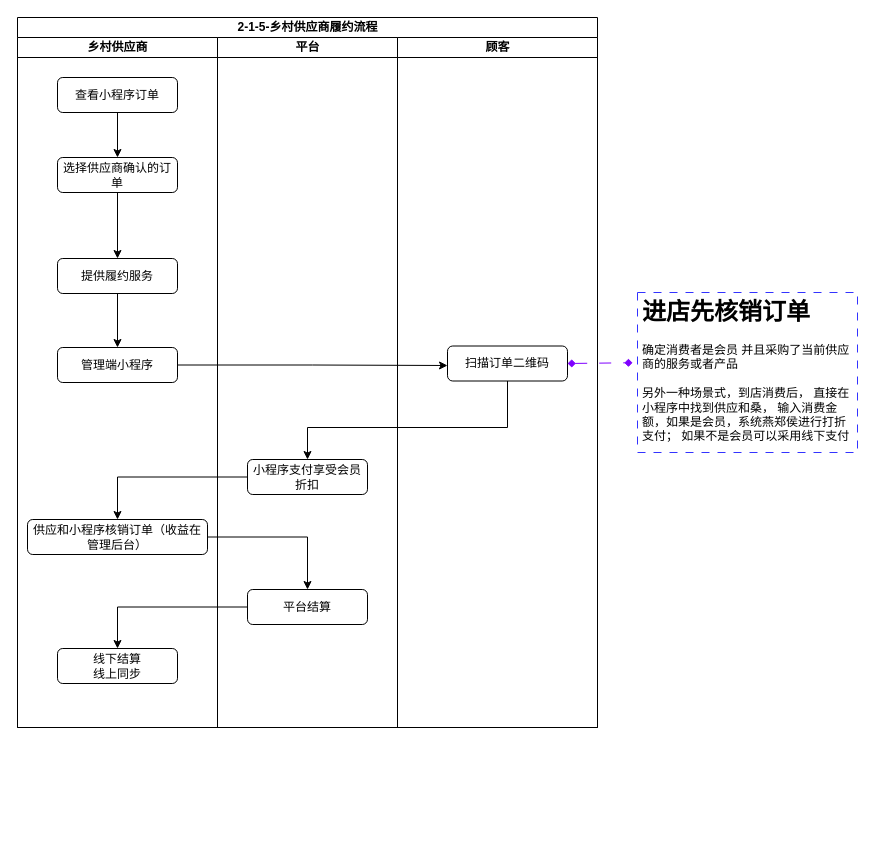
Above: page "2-1-5-供应商履约流程" (5 of 7) of Graph/2-1-乡村供应商流程.drawio in ManGuo/HealthFarm (draw.io), before the change. Source tidied: cells renumbered, new cells numbered last; positions are measured from the earlier drawing's top-left corner, leaving out a move shared by most shapes. Both pictures are drawn from the tidied source at 100%, with x=0, y=0 at pixel (17, 17).
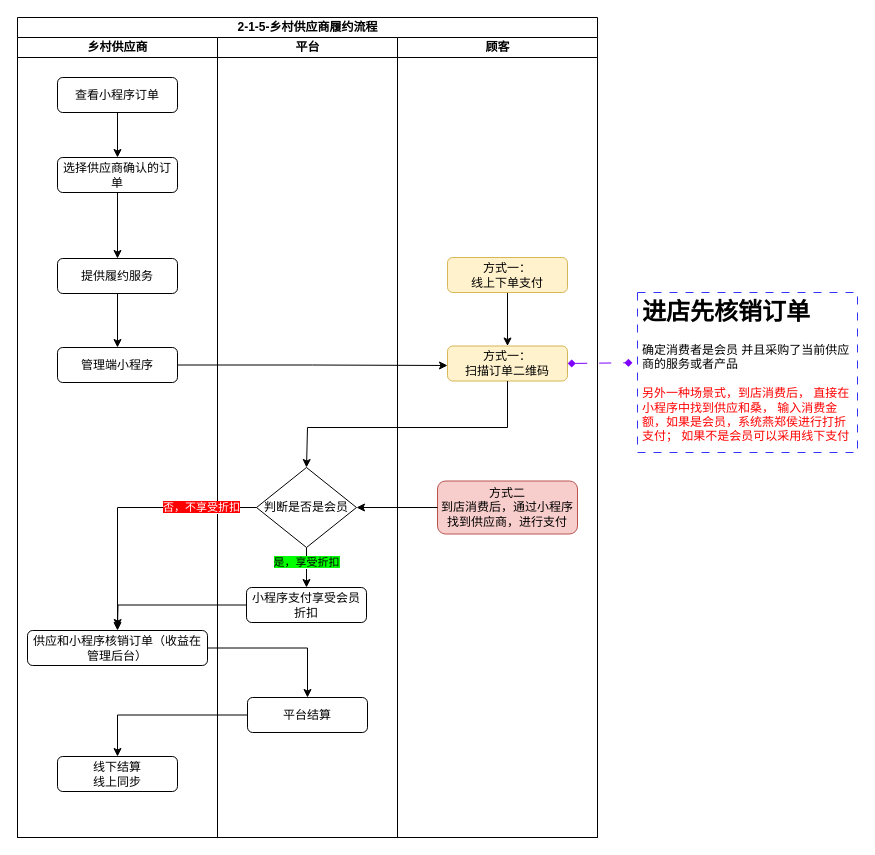
The same page after the edit.

Change to the diagram source:
```diff
@@
     <mxCell id="2" value="2-1-5-乡村供应商履约流程" style="swimlane;startSize=20;html=1;" parent="1" vertex="1">
-      <mxGeometry width="580" height="710" as="geometry" />
+      <mxGeometry width="580" height="820" as="geometry" />
     </mxCell>
     <mxCell id="3" value="乡村供应商" style="swimlane;startSize=20;html=1;" parent="2" vertex="1">
-      <mxGeometry y="20" width="200" height="690" as="geometry" />
+      <mxGeometry y="20" width="200" height="800" as="geometry" />
     </mxCell>
@@
     <mxCell id="6" value="供应和小程序核销订单（收益在管理后台）" style="rounded=1;whiteSpace=wrap;html=1;" parent="3" vertex="1">
-      <mxGeometry x="10" y="482" width="180" height="35" as="geometry" />
+      <mxGeometry x="10" y="593" width="180" height="35" as="geometry" />
     </mxCell>
     <mxCell id="7" value="线下结算&lt;br&gt;线上同步" style="rounded=1;whiteSpace=wrap;html=1;" parent="3" vertex="1">
-      <mxGeometry x="40" y="611" width="120" height="35" as="geometry" />
+      <mxGeometry x="40" y="719" width="120" height="35" as="geometry" />
     </mxCell>
@@
     <mxCell id="13" value="平台" style="swimlane;startSize=20;html=1;" parent="2" vertex="1">
-      <mxGeometry x="200" y="20" width="180" height="690" as="geometry" />
+      <mxGeometry x="200" y="20" width="180" height="800" as="geometry" />
     </mxCell>
+    <mxCell id="15" value="平台结算" style="rounded=1;whiteSpace=wrap;html=1;" parent="13" vertex="1">
+      <mxGeometry x="30" y="660" width="120" height="35" as="geometry" />
+    </mxCell>
+    <mxCell id="25" style="edgeStyle=orthogonalEdgeStyle;rounded=0;jettySize=auto;html=1;" parent="13" edge="1" source="14">
+      <mxGeometry relative="1" as="geometry">
+        <mxPoint x="-100" y="590" as="targetPoint" />
+      </mxGeometry>
+    </mxCell>
     <mxCell id="14" value="小程序支付享受会员折扣" style="rounded=1;whiteSpace=wrap;html=1;" parent="13" vertex="1">
-      <mxGeometry x="30" y="422" width="120" height="35" as="geometry" />
+      <mxGeometry x="29" y="550" width="120" height="35" as="geometry" />
     </mxCell>
-    <mxCell id="15" value="平台结算" style="rounded=1;whiteSpace=wrap;html=1;" parent="13" vertex="1">
-      <mxGeometry x="30" y="552" width="120" height="35" as="geometry" />
-    </mxCell>
+    <mxCell id="26" style="edgeStyle=orthogonalEdgeStyle;rounded=0;jettySize=auto;html=1;" parent="13" edge="1" source="28" target="14">
+      <mxGeometry relative="1" as="geometry" />
+    </mxCell>
+    <mxCell id="27" value="&lt;span style=&quot;background-color: rgb(0, 255, 0);&quot;&gt;是，享受折扣&lt;/span&gt;" style="edgeLabel;html=1;align=center;verticalAlign=middle;" parent="26" vertex="1">
+      <mxGeometry x="-0.32" y="-1" relative="1" as="geometry" />
+    </mxCell>
+    <mxCell id="28" value="判断是否是会员" style="rhombus;whiteSpace=wrap;html=1;" parent="13" vertex="1">
+      <mxGeometry x="39" y="430" width="100" height="80" as="geometry" />
+    </mxCell>
     <mxCell id="16" value="顾客" style="swimlane;startSize=20;html=1;" parent="2" vertex="1">
-      <mxGeometry x="380" y="20" width="200" height="690" as="geometry" />
+      <mxGeometry x="380" y="20" width="200" height="800" as="geometry" />
     </mxCell>
-    <mxCell id="17" value="扫描订单二维码" style="rounded=1;whiteSpace=wrap;html=1;" parent="16" vertex="1">
+    <mxCell id="17" value="方式一：&lt;br&gt;扫描订单二维码" style="rounded=1;whiteSpace=wrap;html=1;fillColor=#fff2cc;strokeColor=#d6b656;" parent="16" vertex="1">
       <mxGeometry x="50" y="308.5" width="120" height="35" as="geometry" />
     </mxCell>
+    <mxCell id="29" value="方式二&lt;br&gt;到店消费后，通过小程序找到供应商，进行支付" style="rounded=1;whiteSpace=wrap;html=1;fillColor=#f8cecc;strokeColor=#b85450;" parent="16" vertex="1">
+      <mxGeometry x="40" y="443.5" width="140" height="53" as="geometry" />
+    </mxCell>
+    <mxCell id="30" style="edgeStyle=orthogonalEdgeStyle;rounded=0;jettySize=auto;html=1;" parent="16" edge="1" source="31" target="17">
+      <mxGeometry relative="1" as="geometry" />
+    </mxCell>
+    <mxCell id="31" value="方式一：&lt;br&gt;线上下单支付" style="rounded=1;whiteSpace=wrap;html=1;fillColor=#fff2cc;strokeColor=#d6b656;" parent="16" vertex="1">
+      <mxGeometry x="50" y="220" width="120" height="35" as="geometry" />
+    </mxCell>
@@
-    <mxCell id="19" style="edgeStyle=orthogonalEdgeStyle;rounded=0;jettySize=auto;html=1;entryX=0.5;entryY=0;entryDx=0;entryDy=0;exitX=0;exitY=0.5;exitDx=0;exitDy=0;" parent="2" edge="1" source="14" target="6">
+    <mxCell id="19" style="edgeStyle=orthogonalEdgeStyle;rounded=0;jettySize=auto;html=1;entryX=0.5;entryY=0;entryDx=0;entryDy=0;" parent="2" edge="1" source="28" target="6">
       <mxGeometry relative="1" as="geometry" />
     </mxCell>
+    <mxCell id="32" value="&lt;span style=&quot;background-color: rgb(255, 0, 0);&quot;&gt;&lt;font color=&quot;#ffffff&quot;&gt;否，不享受折扣&lt;/font&gt;&lt;/span&gt;" style="edgeLabel;html=1;align=center;verticalAlign=middle;" parent="19" vertex="1">
+      <mxGeometry x="-0.57" y="-1" relative="1" as="geometry" />
+    </mxCell>
     <mxCell id="20" style="edgeStyle=orthogonalEdgeStyle;rounded=0;jettySize=auto;html=1;exitX=1;exitY=0.5;exitDx=0;exitDy=0;" parent="2" edge="1" source="6" target="15">
       <mxGeometry relative="1" as="geometry">
         <Array as="points">
-          <mxPoint x="290" y="520" />
+          <mxPoint x="290" y="631" />
         </Array>
       </mxGeometry>
     </mxCell>
     <mxCell id="21" style="edgeStyle=orthogonalEdgeStyle;rounded=0;jettySize=auto;html=1;entryX=0.5;entryY=0;entryDx=0;entryDy=0;exitX=0;exitY=0.5;exitDx=0;exitDy=0;" parent="2" edge="1" source="15" target="7">
       <mxGeometry relative="1" as="geometry">
         <Array as="points">
-          <mxPoint x="100" y="590" />
+          <mxPoint x="100" y="698" />
         </Array>
       </mxGeometry>
     </mxCell>
-    <mxCell id="22" style="edgeStyle=orthogonalEdgeStyle;rounded=0;jettySize=auto;html=1;entryX=0.5;entryY=0;entryDx=0;entryDy=0;" parent="2" edge="1" source="17" target="14">
+    <mxCell id="22" style="edgeStyle=orthogonalEdgeStyle;rounded=0;jettySize=auto;html=1;entryX=0.5;entryY=0;entryDx=0;entryDy=0;" parent="2" edge="1" source="17" target="28">
       <mxGeometry relative="1" as="geometry">
         <Array as="points">
           <mxPoint x="490" y="410" />
           <mxPoint x="290" y="410" />
+          <mxPoint x="290" y="450" />
         </Array>
       </mxGeometry>
     </mxCell>
+    <mxCell id="33" style="edgeStyle=orthogonalEdgeStyle;rounded=0;jettySize=auto;html=1;entryX=1;entryY=0.5;entryDx=0;entryDy=0;" parent="2" edge="1" source="29" target="28">
+      <mxGeometry relative="1" as="geometry" />
+    </mxCell>
-    <mxCell id="23" value="&lt;h1&gt;进店先核销订单&lt;/h1&gt;&lt;div&gt;&lt;span style=&quot;background-color: initial;&quot;&gt;确定消费者是会员 并且采购了当前供应商的服务或者产品&lt;/span&gt;&lt;br&gt;&lt;/div&gt;&lt;div&gt;&lt;span style=&quot;background-color: initial;&quot;&gt;&lt;br&gt;&lt;/span&gt;&lt;/div&gt;&lt;div&gt;&lt;span style=&quot;background-color: initial;&quot;&gt;另外一种场景式，到店消费后， 直接在小程序中找到供应和桑， 输入消费金额，如果是会员，系统燕郑侯进行打折支付； 如果不是会员可以采用线下支付&lt;/span&gt;&lt;/div&gt;" style="text;html=1;strokeColor=#3333FF;fillColor=none;spacing=5;spacingTop=-20;whiteSpace=wrap;overflow=hidden;rounded=0;dashed=1;dashPattern=8 8;" parent="1" vertex="1">
+    <mxCell id="23" value="&lt;h1&gt;进店先核销订单&lt;/h1&gt;&lt;div&gt;&lt;span style=&quot;background-color: initial;&quot;&gt;确定消费者是会员 并且采购了当前供应商的服务或者产品&lt;/span&gt;&lt;br&gt;&lt;/div&gt;&lt;div&gt;&lt;span style=&quot;background-color: initial;&quot;&gt;&lt;br&gt;&lt;/span&gt;&lt;/div&gt;&lt;div&gt;&lt;span style=&quot;background-color: initial;&quot;&gt;&lt;font color=&quot;#ff0000&quot;&gt;另外一种场景式，到店消费后， 直接在小程序中找到供应和桑， 输入消费金额，如果是会员，系统燕郑侯进行打折支付； 如果不是会员可以采用线下支付&lt;/font&gt;&lt;/span&gt;&lt;/div&gt;" style="text;html=1;strokeColor=#3333FF;fillColor=none;spacing=5;spacingTop=-20;whiteSpace=wrap;overflow=hidden;rounded=0;dashed=1;dashPattern=8 8;" parent="1" vertex="1">
       <mxGeometry x="620" y="275" width="220" height="160" as="geometry" />
     </mxCell>
```
